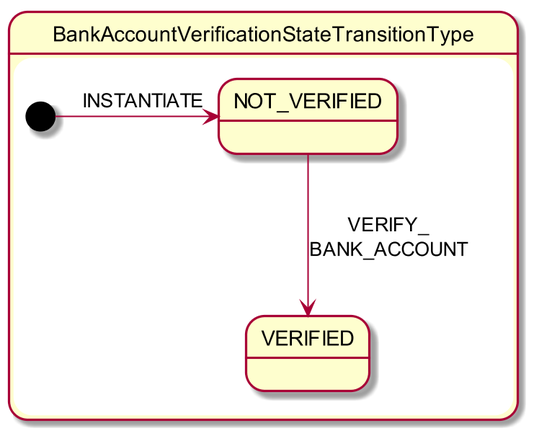
estatio/estatio keeps this PlantUML diagram as adocs/documentation/src/main/asciidoc/bank-account-verification-state-chart.png. Above is the earlier version.
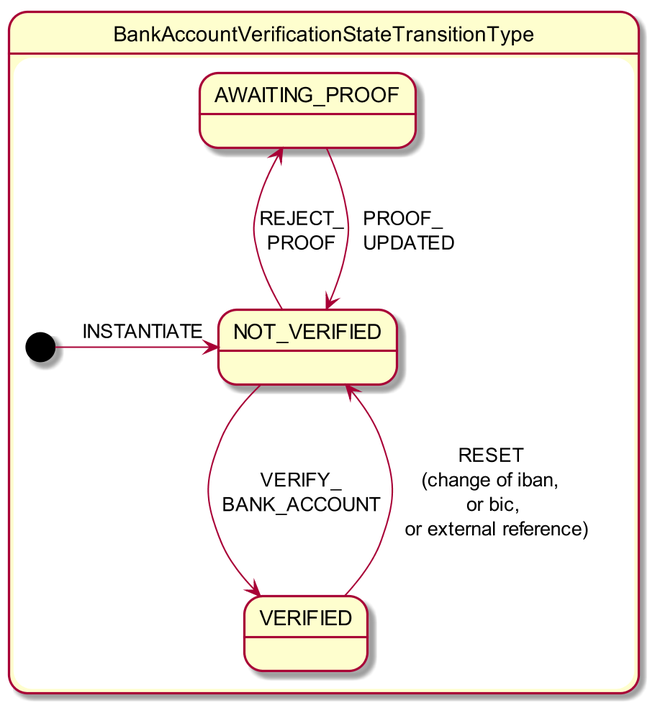
The same file after the commit.

Change to the diagram source:
```diff
@@ -5,9 +5,12 @@
 
     state "NOT_VERIFIED" as bbv_not_verified
     state "VERIFIED" as bbv_verified
+    state "AWAITING_PROOF" as bbv_awaiting_proof
 
     [*] --right--> bbv_not_verified: \n  INSTANTIATE
     bbv_not_verified -down--> bbv_verified: VERIFY_\nBANK_ACCOUNT
-
+    bbv_not_verified -up--> bbv_awaiting_proof: REJECT_\nPROOF
+    bbv_awaiting_proof --> bbv_not_verified : PROOF_\n  UPDATED
+    bbv_verified --> bbv_not_verified : RESET\n (change of iban, \n  or bic, \n  or external reference)
 }
 @enduml
```
